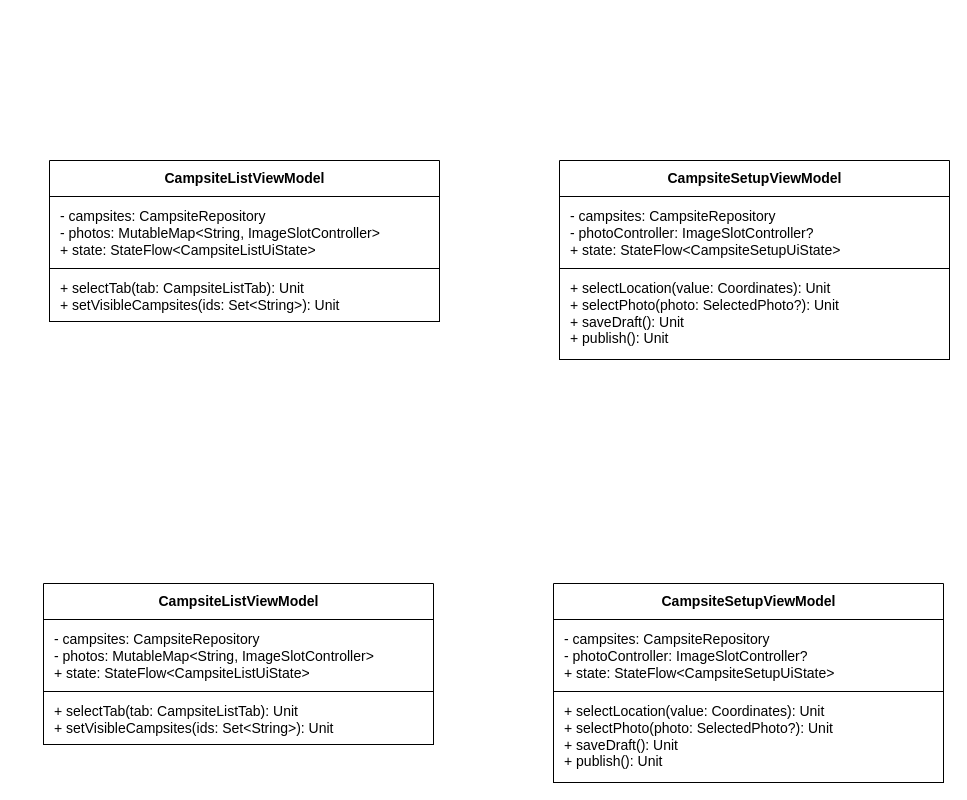
The draw.io diagram page "U2B" (2 of 2) of doc/UML.drawio in CMPUT301F26stderr/stderr-campsbridge, before the edit. Source tidied: cells renumbered, new cells numbered last; positions are measured from the earlier drawing's top-left corner, leaving out a move shared by most shapes. Both pictures are drawn from the tidied source at 100%, with x=0, y=0 at pixel (43, 160).
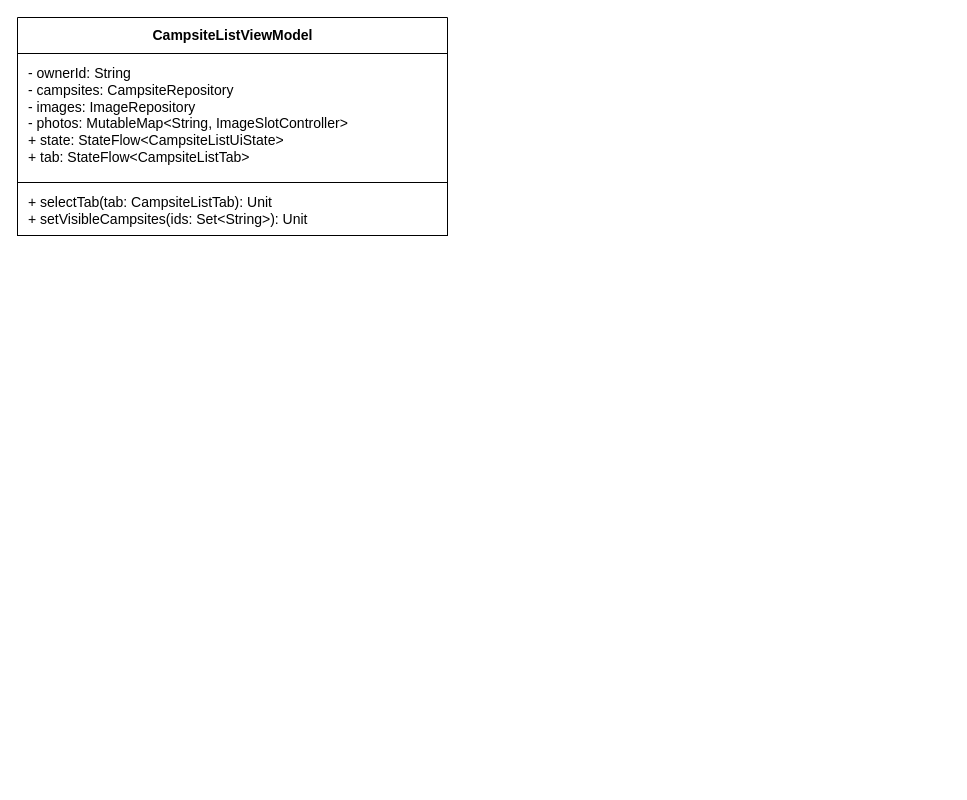
The same diagram, later.

What changed in the source:
```diff
@@
 <mxGraphModel>
   <root>
     <mxCell id="0" />
     <mxCell id="1" parent="0" />
-    <mxCell id="2" value="&lt;b&gt;CampsiteListViewModel&lt;/b&gt;" style="html=1;rounded=0;fontFamily=Arial;fontSize=14;fontColor=#000000;strokeWidth=1;fillColor=#ffffff;strokeColor=#000000;shape=swimlane;startSize=36;swimlaneFillColor=#ffffff;" parent="1" vertex="1">
-      <mxGeometry x="6" width="390" height="161" as="geometry" />
-    </mxCell>
-    <mxCell id="3" value="- campsites: CampsiteRepository&lt;br&gt;- photos: MutableMap&amp;lt;String, ImageSlotController&amp;gt;&lt;br&gt;+ state: StateFlow&amp;lt;CampsiteListUiState&amp;gt;" style="html=1;rounded=0;fontFamily=Arial;fontSize=14;fontColor=#000000;strokeWidth=1;fillColor=#ffffff;strokeColor=#000000;align=left;verticalAlign=top;spacingLeft=9;spacingTop=5;" parent="2" vertex="1">
-      <mxGeometry y="36" width="390" height="72" as="geometry" />
-    </mxCell>
-    <mxCell id="4" value="+ selectTab(tab: CampsiteListTab): Unit&lt;br&gt;+ setVisibleCampsites(ids: Set&amp;lt;String&amp;gt;): Unit" style="html=1;rounded=0;fontFamily=Arial;fontSize=14;fontColor=#000000;strokeWidth=1;fillColor=#ffffff;strokeColor=#000000;align=left;verticalAlign=top;spacingLeft=9;spacingTop=5;" parent="2" vertex="1">
-      <mxGeometry y="108" width="390" height="53" as="geometry" />
-    </mxCell>
-    <mxCell id="5" value="&lt;b&gt;CampsiteSetupViewModel&lt;/b&gt;" style="html=1;rounded=0;fontFamily=Arial;fontSize=14;fontColor=#000000;strokeWidth=1;fillColor=#ffffff;strokeColor=#000000;shape=swimlane;startSize=36;swimlaneFillColor=#ffffff;" parent="1" vertex="1">
-      <mxGeometry x="516" width="390" height="199" as="geometry" />
-    </mxCell>
-    <mxCell id="6" value="- campsites: CampsiteRepository&lt;br&gt;- photoController: ImageSlotController?&lt;br&gt;+ state: StateFlow&amp;lt;CampsiteSetupUiState&amp;gt;" style="html=1;rounded=0;fontFamily=Arial;fontSize=14;fontColor=#000000;strokeWidth=1;fillColor=#ffffff;strokeColor=#000000;align=left;verticalAlign=top;spacingLeft=9;spacingTop=5;" parent="5" vertex="1">
-      <mxGeometry y="36" width="390" height="72" as="geometry" />
-    </mxCell>
-    <mxCell id="7" value="+ selectLocation(value: Coordinates): Unit&lt;br&gt;+ selectPhoto(photo: SelectedPhoto?): Unit&lt;br&gt;+ saveDraft(): Unit&lt;br&gt;+ publish(): Unit" style="html=1;rounded=0;fontFamily=Arial;fontSize=14;fontColor=#000000;strokeWidth=1;fillColor=#ffffff;strokeColor=#000000;align=left;verticalAlign=top;spacingLeft=9;spacingTop=5;" parent="5" vertex="1">
-      <mxGeometry y="108" width="390" height="91" as="geometry" />
-    </mxCell>
-    <mxCell id="8" value="&lt;b&gt;CampsiteListViewModel&lt;/b&gt;" style="html=1;rounded=0;fontFamily=Arial;fontSize=14;fontColor=#000000;strokeWidth=1;fillColor=#ffffff;strokeColor=#000000;shape=swimlane;startSize=36;swimlaneFillColor=#ffffff;" parent="1" vertex="1">
-      <mxGeometry y="423" width="390" height="161" as="geometry" />
-    </mxCell>
-    <mxCell id="9" value="- campsites: CampsiteRepository&lt;br&gt;- photos: MutableMap&amp;lt;String, ImageSlotController&amp;gt;&lt;br&gt;+ state: StateFlow&amp;lt;CampsiteListUiState&amp;gt;" style="html=1;rounded=0;fontFamily=Arial;fontSize=14;fontColor=#000000;strokeWidth=1;fillColor=#ffffff;strokeColor=#000000;align=left;verticalAlign=top;spacingLeft=9;spacingTop=5;" parent="8" vertex="1">
-      <mxGeometry y="36" width="390" height="72" as="geometry" />
-    </mxCell>
-    <mxCell id="10" value="+ selectTab(tab: CampsiteListTab): Unit&lt;br&gt;+ setVisibleCampsites(ids: Set&amp;lt;String&amp;gt;): Unit" style="html=1;rounded=0;fontFamily=Arial;fontSize=14;fontColor=#000000;strokeWidth=1;fillColor=#ffffff;strokeColor=#000000;align=left;verticalAlign=top;spacingLeft=9;spacingTop=5;" parent="8" vertex="1">
-      <mxGeometry y="108" width="390" height="53" as="geometry" />
-    </mxCell>
-    <mxCell id="11" value="&lt;b&gt;CampsiteSetupViewModel&lt;/b&gt;" style="html=1;rounded=0;fontFamily=Arial;fontSize=14;fontColor=#000000;strokeWidth=1;fillColor=#ffffff;strokeColor=#000000;shape=swimlane;startSize=36;swimlaneFillColor=#ffffff;" parent="1" vertex="1">
-      <mxGeometry x="510" y="423" width="390" height="199" as="geometry" />
-    </mxCell>
-    <mxCell id="12" value="- campsites: CampsiteRepository&lt;br&gt;- photoController: ImageSlotController?&lt;br&gt;+ state: StateFlow&amp;lt;CampsiteSetupUiState&amp;gt;" style="html=1;rounded=0;fontFamily=Arial;fontSize=14;fontColor=#000000;strokeWidth=1;fillColor=#ffffff;strokeColor=#000000;align=left;verticalAlign=top;spacingLeft=9;spacingTop=5;" parent="11" vertex="1">
-      <mxGeometry y="36" width="390" height="72" as="geometry" />
-    </mxCell>
-    <mxCell id="13" value="+ selectLocation(value: Coordinates): Unit&lt;br&gt;+ selectPhoto(photo: SelectedPhoto?): Unit&lt;br&gt;+ saveDraft(): Unit&lt;br&gt;+ publish(): Unit" style="html=1;rounded=0;fontFamily=Arial;fontSize=14;fontColor=#000000;strokeWidth=1;fillColor=#ffffff;strokeColor=#000000;align=left;verticalAlign=top;spacingLeft=9;spacingTop=5;" parent="11" vertex="1">
-      <mxGeometry y="108" width="390" height="91" as="geometry" />
-    </mxCell>
+    <mxCell id="14" value="&lt;b&gt;CampsiteListViewModel&lt;/b&gt;" style="html=1;rounded=0;fontFamily=Arial;fontSize=14;fontColor=#000000;strokeWidth=1;fillColor=#ffffff;strokeColor=#000000;shape=swimlane;startSize=36;swimlaneFillColor=#ffffff;" parent="1" vertex="1">
+      <mxGeometry x="-26" y="-143" width="430" height="218" as="geometry" />
+    </mxCell>
+    <mxCell id="15" value="- ownerId: String&lt;br&gt;- campsites: CampsiteRepository&lt;br&gt;- images: ImageRepository&lt;br&gt;- photos: MutableMap&amp;lt;String, ImageSlotController&amp;gt;&lt;br&gt;+ state: StateFlow&amp;lt;CampsiteListUiState&amp;gt;&lt;br&gt;+ tab: StateFlow&amp;lt;CampsiteListTab&amp;gt;" style="html=1;rounded=0;fontFamily=Arial;fontSize=14;fontColor=#000000;strokeWidth=1;fillColor=#ffffff;strokeColor=#000000;align=left;verticalAlign=top;spacingLeft=9;spacingTop=5;" parent="14" vertex="1">
+      <mxGeometry y="36" width="430" height="129" as="geometry" />
+    </mxCell>
+    <mxCell id="16" value="+ selectTab(tab: CampsiteListTab): Unit&lt;br&gt;+ setVisibleCampsites(ids: Set&amp;lt;String&amp;gt;): Unit" style="html=1;rounded=0;fontFamily=Arial;fontSize=14;fontColor=#000000;strokeWidth=1;fillColor=#ffffff;strokeColor=#000000;align=left;verticalAlign=top;spacingLeft=9;spacingTop=5;" parent="14" vertex="1">
+      <mxGeometry y="165" width="430" height="53" as="geometry" />
+    </mxCell>
   </root>
 </mxGraphModel>
```
